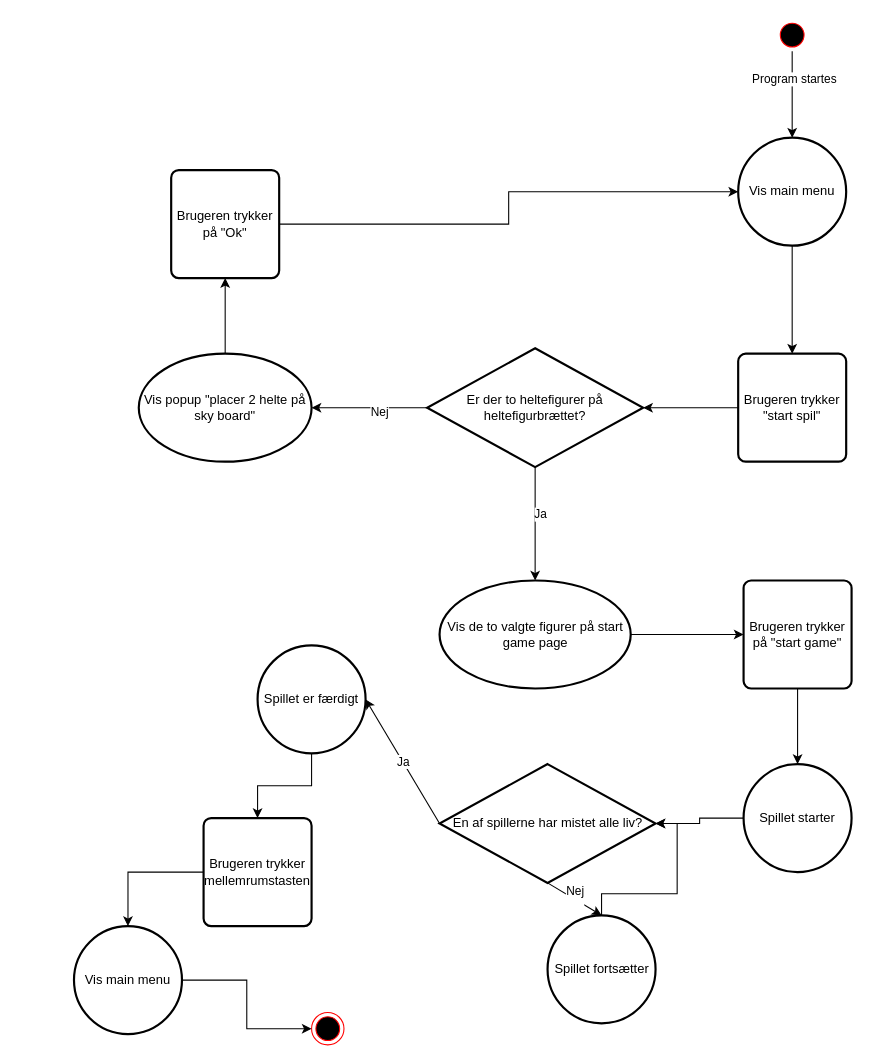
Above: docs/Flowcharts/skyclash_flowcharts.drawio in mtkonge/sky-clash (draw.io), before the change. Source tidied: cells renumbered, new cells numbered last; positions are measured from the earlier drawing's top-left corner, leaving out a move shared by most shapes. Both pictures are drawn from the tidied source at 108%, with x=0, y=0 at pixel (73, 18).
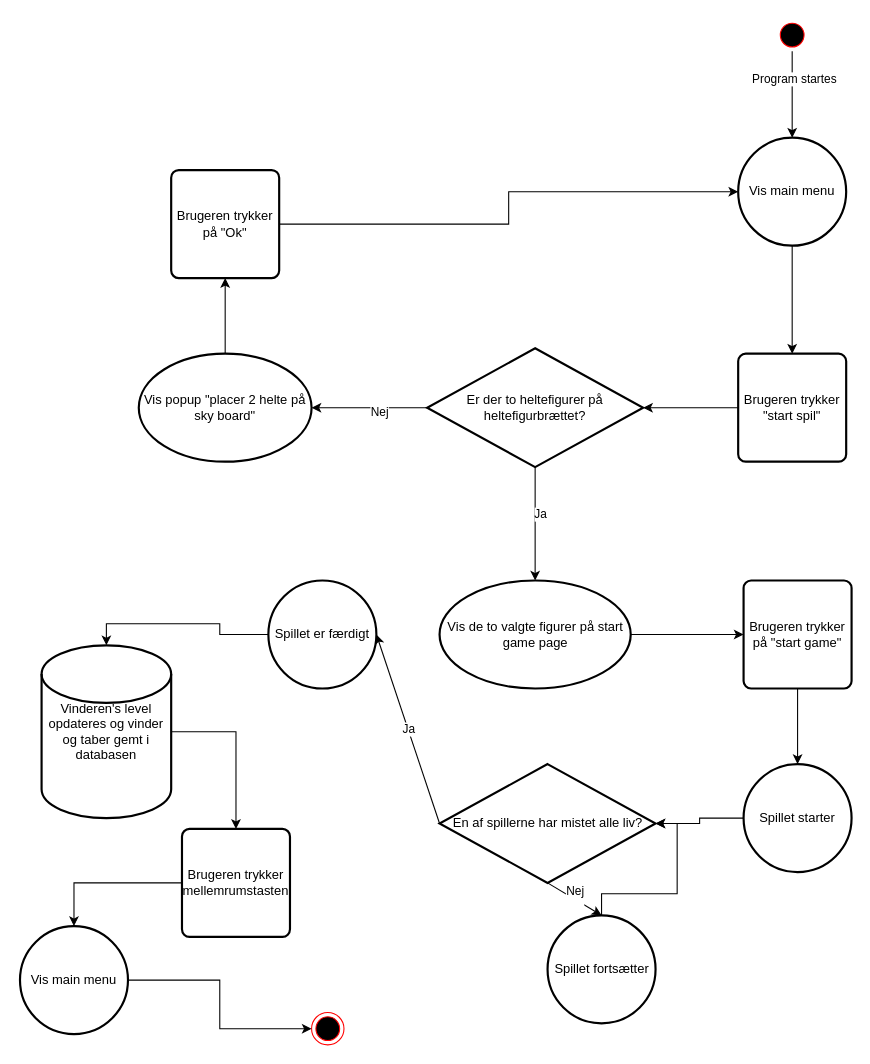
Above is the later version.

The edit, as a diff of the source:
```diff
@@
     <mxCell id="24" value="Brugeren trykker mellemrumstasten " style="rounded=1;whiteSpace=wrap;html=1;absoluteArcSize=1;arcSize=14;strokeWidth=2;" parent="1" vertex="1">
-      <mxGeometry x="120" y="740" width="100" height="100" as="geometry" />
+      <mxGeometry x="100" y="750" width="100" height="100" as="geometry" />
     </mxCell>
@@
-    <mxCell id="33" style="edgeStyle=orthogonalEdgeStyle;rounded=0;jettySize=auto;html=1;entryX=0.5;entryY=0;entryDx=0;entryDy=0;" parent="1" edge="1" source="34" target="24">
+    <mxCell id="33" style="edgeStyle=orthogonalEdgeStyle;rounded=0;jettySize=auto;html=1;entryX=0.5;entryY=0;entryDx=0;entryDy=0;entryPerimeter=0;" parent="1" edge="1" source="34" target="39">
       <mxGeometry relative="1" as="geometry" />
     </mxCell>
     <mxCell id="34" value="&lt;div&gt;Spillet er færdigt&lt;/div&gt;" style="strokeWidth=2;html=1;shape=mxgraph.flowchart.start_2;whiteSpace=wrap;" parent="1" vertex="1">
-      <mxGeometry x="170" y="580" width="100" height="100" as="geometry" />
+      <mxGeometry x="180" y="520" width="100" height="100" as="geometry" />
     </mxCell>
@@
     <mxCell id="36" value="Vis main menu" style="strokeWidth=2;html=1;shape=mxgraph.flowchart.start_2;whiteSpace=wrap;" parent="1" vertex="1">
-      <mxGeometry y="840" width="100" height="100" as="geometry" />
+      <mxGeometry x="-50" y="840" width="100" height="100" as="geometry" />
     </mxCell>
@@
+    <mxCell id="38" style="edgeStyle=orthogonalEdgeStyle;rounded=0;jettySize=auto;html=1;" parent="1" edge="1" source="39" target="24">
+      <mxGeometry relative="1" as="geometry" />
+    </mxCell>
+    <mxCell id="39" value="Vinderen's level opdateres og vinder og taber gemt i databasen" style="strokeWidth=2;html=1;shape=mxgraph.flowchart.database;whiteSpace=wrap;" parent="1" vertex="1">
+      <mxGeometry x="-30" y="580" width="120" height="160" as="geometry" />
+    </mxCell>
```
